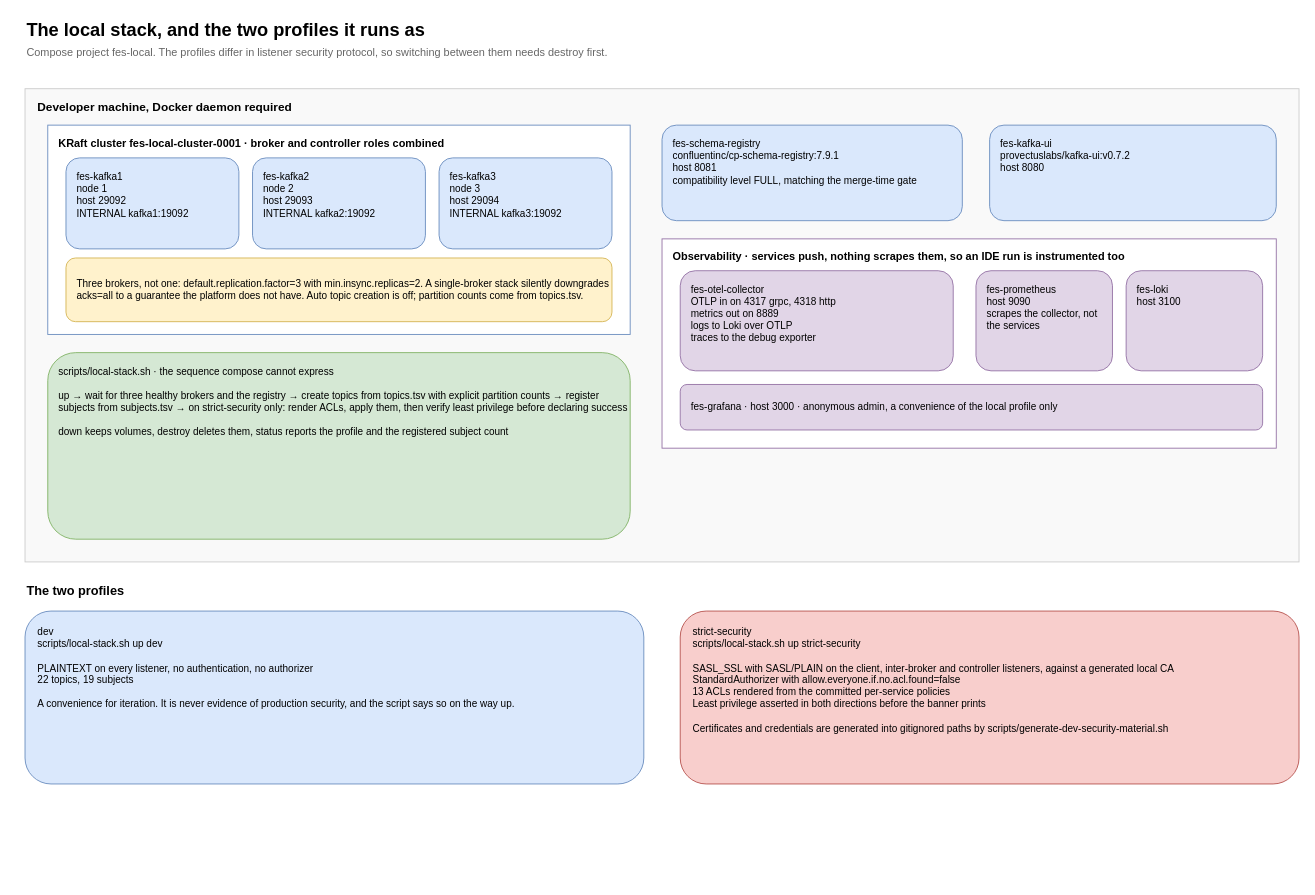
Before: guide/docs/diagrams/local-stack.drawio in salgotraja/financial-event-streaming-platform, a draw.io diagram. Source tidied: cells renumbered, new cells numbered last; positions are measured from the earlier drawing's top-left corner, leaving out a move shared by most shapes. Both pictures are drawn from the tidied source at 91%, with x=0, y=0 at pixel (25, 15).
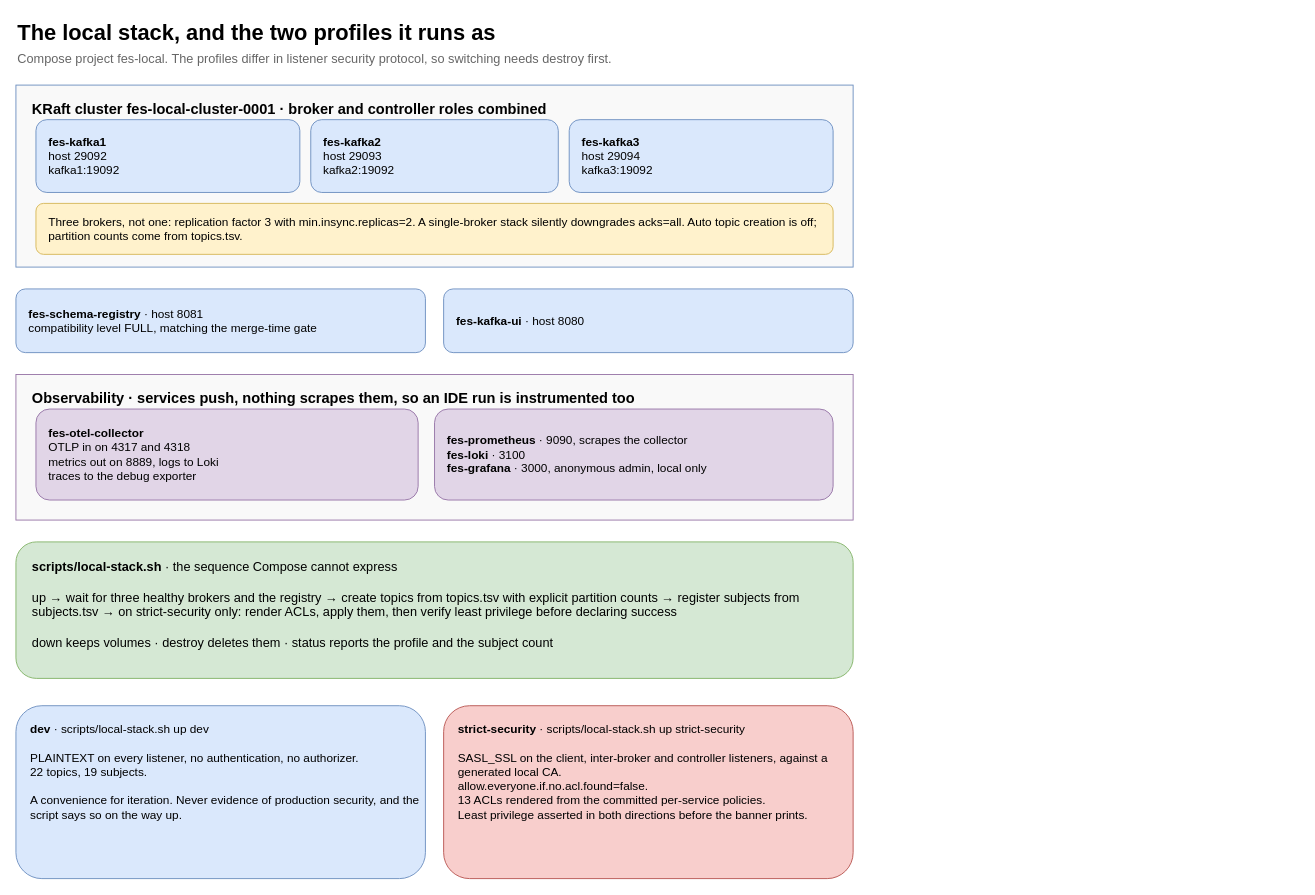
After the change.

What changed in the source:
```diff
@@
-    <mxCell id="2" value="The local stack, and the two profiles it runs as" style="text;html=1;strokeColor=none;fillColor=none;align=left;verticalAlign=middle;fontSize=20;fontStyle=1;" parent="1" vertex="1">
-      <mxGeometry width="900" height="30" as="geometry" />
+    <mxCell id="2" value="The local stack, and the two profiles it runs as" style="text;html=1;strokeColor=none;fillColor=none;align=left;verticalAlign=middle;fontSize=24;fontStyle=1;" parent="1" vertex="1">
+      <mxGeometry x="-10" y="2" width="920" height="34" as="geometry" />
     </mxCell>
-    <mxCell id="3" value="Compose project fes-local. The profiles differ in listener security protocol, so switching between them needs destroy first." style="text;html=1;strokeColor=none;fillColor=none;align=left;verticalAlign=middle;fontSize=12;fontColor=#666666;" parent="1" vertex="1">
-      <mxGeometry y="30" width="1300" height="20" as="geometry" />
+    <mxCell id="3" value="Compose project fes-local. The profiles differ in listener security protocol, so switching needs destroy first." style="text;html=1;strokeColor=none;fillColor=none;align=left;verticalAlign=middle;fontSize=14;fontColor=#666666;" parent="1" vertex="1">
+      <mxGeometry x="-10" y="36" width="920" height="22" as="geometry" />
     </mxCell>
-    <mxCell id="4" value="Developer machine, Docker daemon required" style="rounded=0;whiteSpace=wrap;html=1;fillColor=#f9f9f9;strokeColor=#cccccc;verticalAlign=top;align=left;spacingLeft=12;spacingTop=6;fontSize=13;fontStyle=1;" parent="1" vertex="1">
-      <mxGeometry y="80" width="1400" height="520" as="geometry" />
-    </mxCell>
-    <mxCell id="5" value="KRaft cluster fes-local-cluster-0001 · broker and controller roles combined" style="rounded=0;whiteSpace=wrap;html=1;fillColor=#ffffff;strokeColor=#6c8ebf;verticalAlign=top;align=left;spacingLeft=10;spacingTop=6;fontSize=12;fontStyle=1;" parent="1" vertex="1">
-      <mxGeometry x="25" y="120" width="640" height="230" as="geometry" />
+    <mxCell id="5" value="KRaft cluster fes-local-cluster-0001 · broker and controller roles combined" style="rounded=0;whiteSpace=wrap;html=1;fillColor=#f9f9f9;strokeColor=#6c8ebf;verticalAlign=top;align=left;spacingLeft=16;spacingTop=10;fontSize=16;fontStyle=1;" parent="1" vertex="1">
+      <mxGeometry x="-10" y="76" width="920" height="200" as="geometry" />
     </mxCell>
-    <mxCell id="6" value="fes-kafka1&#10;node 1&#10;host 29092&#10;INTERNAL kafka1:19092" style="rounded=1;whiteSpace=wrap;html=1;fillColor=#dae8fc;strokeColor=#6c8ebf;fontSize=11;align=left;spacingLeft=10;verticalAlign=top;spacingTop=8;" parent="1" vertex="1">
-      <mxGeometry x="45" y="156" width="190" height="100" as="geometry" />
+    <mxCell id="6" value="&lt;b&gt;fes-kafka1&lt;/b&gt;&lt;br&gt;host 29092&lt;br&gt;kafka1:19092" style="rounded=1;whiteSpace=wrap;html=1;fillColor=#dae8fc;strokeColor=#6c8ebf;fontSize=13;align=left;spacingLeft=12;verticalAlign=middle;" parent="1" vertex="1">
+      <mxGeometry x="12" y="114" width="290" height="80" as="geometry" />
     </mxCell>
-    <mxCell id="7" value="fes-kafka2&#10;node 2&#10;host 29093&#10;INTERNAL kafka2:19092" style="rounded=1;whiteSpace=wrap;html=1;fillColor=#dae8fc;strokeColor=#6c8ebf;fontSize=11;align=left;spacingLeft=10;verticalAlign=top;spacingTop=8;" parent="1" vertex="1">
-      <mxGeometry x="250" y="156" width="190" height="100" as="geometry" />
+    <mxCell id="7" value="&lt;b&gt;fes-kafka2&lt;/b&gt;&lt;br&gt;host 29093&lt;br&gt;kafka2:19092" style="rounded=1;whiteSpace=wrap;html=1;fillColor=#dae8fc;strokeColor=#6c8ebf;fontSize=13;align=left;spacingLeft=12;verticalAlign=middle;" parent="1" vertex="1">
+      <mxGeometry x="314" y="114" width="272" height="80" as="geometry" />
     </mxCell>
-    <mxCell id="8" value="fes-kafka3&#10;node 3&#10;host 29094&#10;INTERNAL kafka3:19092" style="rounded=1;whiteSpace=wrap;html=1;fillColor=#dae8fc;strokeColor=#6c8ebf;fontSize=11;align=left;spacingLeft=10;verticalAlign=top;spacingTop=8;" parent="1" vertex="1">
-      <mxGeometry x="455" y="156" width="190" height="100" as="geometry" />
+    <mxCell id="8" value="&lt;b&gt;fes-kafka3&lt;/b&gt;&lt;br&gt;host 29094&lt;br&gt;kafka3:19092" style="rounded=1;whiteSpace=wrap;html=1;fillColor=#dae8fc;strokeColor=#6c8ebf;fontSize=13;align=left;spacingLeft=12;verticalAlign=middle;" parent="1" vertex="1">
+      <mxGeometry x="598" y="114" width="290" height="80" as="geometry" />
     </mxCell>
-    <mxCell id="9" value="Three brokers, not one: default.replication.factor=3 with min.insync.replicas=2. A single-broker stack silently downgrades acks=all to a guarantee the platform does not have. Auto topic creation is off; partition counts come from topics.tsv." style="rounded=1;whiteSpace=wrap;html=1;fillColor=#fff2cc;strokeColor=#d6b656;fontSize=11;align=left;spacingLeft=10;" parent="1" vertex="1">
-      <mxGeometry x="45" y="266" width="600" height="70" as="geometry" />
+    <mxCell id="9" value="Three brokers, not one: replication factor 3 with min.insync.replicas=2. A single-broker stack silently downgrades acks=all. Auto topic creation is off; partition counts come from topics.tsv." style="rounded=1;whiteSpace=wrap;html=1;fillColor=#fff2cc;strokeColor=#d6b656;fontSize=13;align=left;spacingLeft=12;verticalAlign=middle;" parent="1" vertex="1">
+      <mxGeometry x="12" y="206" width="876" height="56" as="geometry" />
     </mxCell>
-    <mxCell id="10" value="fes-schema-registry&#10;confluentinc/cp-schema-registry:7.9.1&#10;host 8081&#10;compatibility level FULL, matching the merge-time gate" style="rounded=1;whiteSpace=wrap;html=1;fillColor=#dae8fc;strokeColor=#6c8ebf;fontSize=11;align=left;spacingLeft=10;verticalAlign=top;spacingTop=8;" parent="1" vertex="1">
-      <mxGeometry x="700" y="120" width="330" height="105" as="geometry" />
+    <mxCell id="10" value="&lt;b&gt;fes-schema-registry&lt;/b&gt; · host 8081&lt;br&gt;compatibility level FULL, matching the merge-time gate" style="rounded=1;whiteSpace=wrap;html=1;fillColor=#dae8fc;strokeColor=#6c8ebf;fontSize=13;align=left;spacingLeft=12;verticalAlign=middle;" parent="1" vertex="1">
+      <mxGeometry x="-10" y="300" width="450" height="70" as="geometry" />
     </mxCell>
-    <mxCell id="11" value="fes-kafka-ui&#10;provectuslabs/kafka-ui:v0.7.2&#10;host 8080" style="rounded=1;whiteSpace=wrap;html=1;fillColor=#dae8fc;strokeColor=#6c8ebf;fontSize=11;align=left;spacingLeft=10;verticalAlign=top;spacingTop=8;" parent="1" vertex="1">
-      <mxGeometry x="1060" y="120" width="315" height="105" as="geometry" />
+    <mxCell id="11" value="&lt;b&gt;fes-kafka-ui&lt;/b&gt; · host 8080" style="rounded=1;whiteSpace=wrap;html=1;fillColor=#dae8fc;strokeColor=#6c8ebf;fontSize=13;align=left;spacingLeft=12;verticalAlign=middle;" parent="1" vertex="1">
+      <mxGeometry x="460" y="300" width="450" height="70" as="geometry" />
     </mxCell>
-    <mxCell id="12" value="Observability · services push, nothing scrapes them, so an IDE run is instrumented too" style="rounded=0;whiteSpace=wrap;html=1;fillColor=#ffffff;strokeColor=#9673a6;verticalAlign=top;align=left;spacingLeft=10;spacingTop=6;fontSize=12;fontStyle=1;" parent="1" vertex="1">
-      <mxGeometry x="700" y="245" width="675" height="230" as="geometry" />
+    <mxCell id="12" value="Observability · services push, nothing scrapes them, so an IDE run is instrumented too" style="rounded=0;whiteSpace=wrap;html=1;fillColor=#f9f9f9;strokeColor=#9673a6;verticalAlign=top;align=left;spacingLeft=16;spacingTop=10;fontSize=16;fontStyle=1;" parent="1" vertex="1">
+      <mxGeometry x="-10" y="394" width="920" height="160" as="geometry" />
     </mxCell>
-    <mxCell id="13" value="fes-otel-collector&#10;OTLP in on 4317 grpc, 4318 http&#10;metrics out on 8889&#10;logs to Loki over OTLP&#10;traces to the debug exporter" style="rounded=1;whiteSpace=wrap;html=1;fillColor=#e1d5e7;strokeColor=#9673a6;fontSize=11;align=left;spacingLeft=10;verticalAlign=top;spacingTop=8;" parent="1" vertex="1">
-      <mxGeometry x="720" y="280" width="300" height="110" as="geometry" />
+    <mxCell id="13" value="&lt;b&gt;fes-otel-collector&lt;/b&gt;&lt;br&gt;OTLP in on 4317 and 4318&lt;br&gt;metrics out on 8889, logs to Loki&lt;br&gt;traces to the debug exporter" style="rounded=1;whiteSpace=wrap;html=1;fillColor=#e1d5e7;strokeColor=#9673a6;fontSize=13;align=left;spacingLeft=12;verticalAlign=middle;" parent="1" vertex="1">
+      <mxGeometry x="12" y="432" width="420" height="100" as="geometry" />
     </mxCell>
-    <mxCell id="14" value="fes-prometheus&#10;host 9090&#10;scrapes the collector, not the services" style="rounded=1;whiteSpace=wrap;html=1;fillColor=#e1d5e7;strokeColor=#9673a6;fontSize=11;align=left;spacingLeft=10;verticalAlign=top;spacingTop=8;" parent="1" vertex="1">
-      <mxGeometry x="1045" y="280" width="150" height="110" as="geometry" />
+    <mxCell id="14" value="&lt;b&gt;fes-prometheus&lt;/b&gt; · 9090, scrapes the collector&lt;br&gt;&lt;b&gt;fes-loki&lt;/b&gt; · 3100&lt;br&gt;&lt;b&gt;fes-grafana&lt;/b&gt; · 3000, anonymous admin, local only" style="rounded=1;whiteSpace=wrap;html=1;fillColor=#e1d5e7;strokeColor=#9673a6;fontSize=13;align=left;spacingLeft=12;verticalAlign=middle;" parent="1" vertex="1">
+      <mxGeometry x="450" y="432" width="438" height="100" as="geometry" />
     </mxCell>
-    <mxCell id="15" value="fes-loki&#10;host 3100" style="rounded=1;whiteSpace=wrap;html=1;fillColor=#e1d5e7;strokeColor=#9673a6;fontSize=11;align=left;spacingLeft=10;verticalAlign=top;spacingTop=8;" parent="1" vertex="1">
-      <mxGeometry x="1210" y="280" width="150" height="110" as="geometry" />
-    </mxCell>
-    <mxCell id="16" value="fes-grafana · host 3000 · anonymous admin, a convenience of the local profile only" style="rounded=1;whiteSpace=wrap;html=1;fillColor=#e1d5e7;strokeColor=#9673a6;fontSize=11;align=left;spacingLeft=10;" parent="1" vertex="1">
-      <mxGeometry x="720" y="405" width="640" height="50" as="geometry" />
-    </mxCell>
-    <mxCell id="17" value="scripts/local-stack.sh · the sequence compose cannot express&#10;&#10;up → wait for three healthy brokers and the registry → create topics from topics.tsv with explicit partition counts → register subjects from subjects.tsv → on strict-security only: render ACLs, apply them, then verify least privilege before declaring success&#10;&#10;down keeps volumes, destroy deletes them, status reports the profile and the registered subject count" style="rounded=1;whiteSpace=wrap;html=1;fillColor=#d5e8d4;strokeColor=#82b366;fontSize=11;align=left;spacingLeft=10;verticalAlign=top;spacingTop=8;" parent="1" vertex="1">
-      <mxGeometry x="25" y="370" width="640" height="205" as="geometry" />
+    <mxCell id="17" value="&lt;b&gt;scripts/local-stack.sh&lt;/b&gt; · the sequence Compose cannot express&lt;br&gt;&lt;br&gt;up → wait for three healthy brokers and the registry → create topics from topics.tsv with explicit partition counts → register subjects from subjects.tsv → on strict-security only: render ACLs, apply them, then verify least privilege before declaring success&lt;br&gt;&lt;br&gt;down keeps volumes · destroy deletes them · status reports the profile and the subject count" style="rounded=1;whiteSpace=wrap;html=1;fillColor=#d5e8d4;strokeColor=#82b366;fontSize=14;align=left;spacingLeft=16;verticalAlign=top;spacingTop=12;" parent="1" vertex="1">
+      <mxGeometry x="-10" y="578" width="920" height="150" as="geometry" />
     </mxCell>
-    <mxCell id="18" value="The two profiles" style="text;html=1;strokeColor=none;fillColor=none;align=left;verticalAlign=middle;fontSize=14;fontStyle=1;" parent="1" vertex="1">
-      <mxGeometry y="620" width="400" height="24" as="geometry" />
-    </mxCell>
-    <mxCell id="19" value="dev&#10;scripts/local-stack.sh up dev&#10;&#10;PLAINTEXT on every listener, no authentication, no authorizer&#10;22 topics, 19 subjects&#10;&#10;A convenience for iteration. It is never evidence of production security, and the script says so on the way up." style="rounded=1;whiteSpace=wrap;html=1;fillColor=#dae8fc;strokeColor=#6c8ebf;fontSize=11;align=left;spacingLeft=12;verticalAlign=top;spacingTop=10;" parent="1" vertex="1">
-      <mxGeometry y="654" width="680" height="190" as="geometry" />
+    <mxCell id="19" value="&lt;b&gt;dev&lt;/b&gt; · scripts/local-stack.sh up dev&lt;br&gt;&lt;br&gt;PLAINTEXT on every listener, no authentication, no authorizer.&lt;br&gt;22 topics, 19 subjects.&lt;br&gt;&lt;br&gt;A convenience for iteration. Never evidence of production security, and the script says so on the way up." style="rounded=1;whiteSpace=wrap;html=1;fillColor=#dae8fc;strokeColor=#6c8ebf;fontSize=13;align=left;spacingLeft=14;verticalAlign=top;spacingTop=12;" parent="1" vertex="1">
+      <mxGeometry x="-10" y="758" width="450" height="190" as="geometry" />
     </mxCell>
-    <mxCell id="20" value="strict-security&#10;scripts/local-stack.sh up strict-security&#10;&#10;SASL_SSL with SASL/PLAIN on the client, inter-broker and controller listeners, against a generated local CA&#10;StandardAuthorizer with allow.everyone.if.no.acl.found=false&#10;13 ACLs rendered from the committed per-service policies&#10;Least privilege asserted in both directions before the banner prints&#10;&#10;Certificates and credentials are generated into gitignored paths by scripts/generate-dev-security-material.sh" style="rounded=1;whiteSpace=wrap;html=1;fillColor=#f8cecc;strokeColor=#b85450;fontSize=11;align=left;spacingLeft=12;verticalAlign=top;spacingTop=10;" parent="1" vertex="1">
-      <mxGeometry x="720" y="654" width="680" height="190" as="geometry" />
+    <mxCell id="20" value="&lt;b&gt;strict-security&lt;/b&gt; · scripts/local-stack.sh up strict-security&lt;br&gt;&lt;br&gt;SASL_SSL on the client, inter-broker and controller listeners, against a generated local CA.&lt;br&gt;allow.everyone.if.no.acl.found=false.&lt;br&gt;13 ACLs rendered from the committed per-service policies.&lt;br&gt;Least privilege asserted in both directions before the banner prints." style="rounded=1;whiteSpace=wrap;html=1;fillColor=#f8cecc;strokeColor=#b85450;fontSize=13;align=left;spacingLeft=14;verticalAlign=top;spacingTop=12;" parent="1" vertex="1">
+      <mxGeometry x="460" y="758" width="450" height="190" as="geometry" />
     </mxCell>
```
